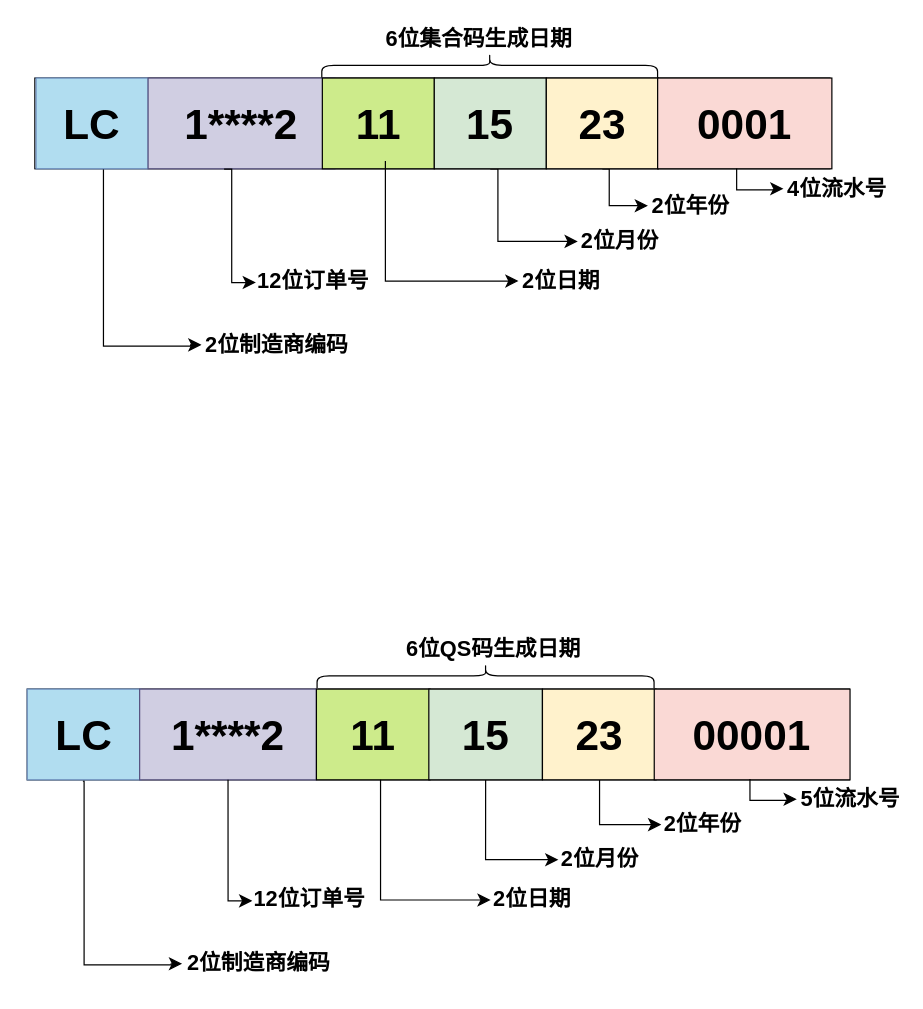
sjxbg/xmindfile keeps this draw.io diagram as 250320-QS码.drawio. Above is the earlier version. Source tidied: cells renumbered, new cells numbered last; positions are measured from the earlier drawing's top-left corner, leaving out a move shared by most shapes. Both pictures are drawn from the tidied source at 121%, with x=0, y=0 at pixel (21, -103).
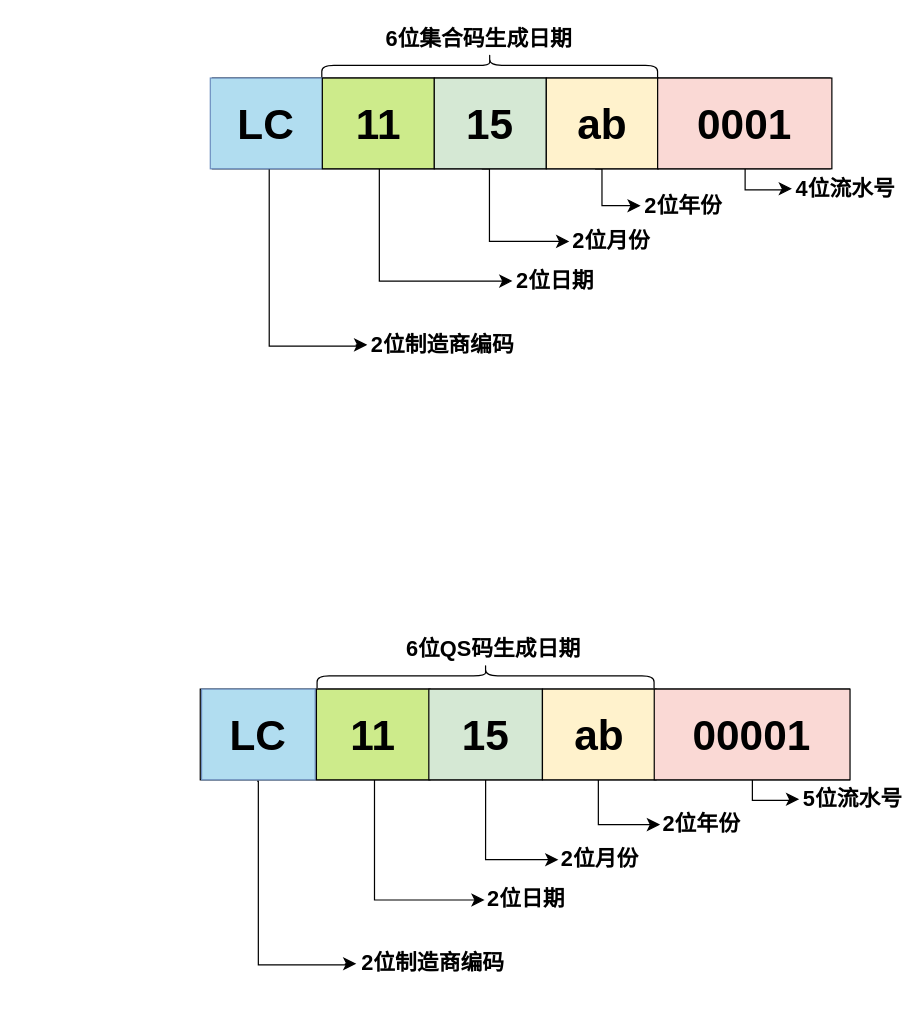
The same diagram, later.

Diff of the diagram source:
```diff
@@
     <mxCell id="2" value="2位制造商编码" style="text;strokeColor=none;fillColor=none;html=1;fontSize=18;fontStyle=1;verticalAlign=middle;align=center;" parent="1" vertex="1">
-      <mxGeometry x="133" y="861" width="126" height="40" as="geometry" />
+      <mxGeometry x="277" y="861" width="126" height="40" as="geometry" />
     </mxCell>
     <mxCell id="3" style="edgeStyle=segmentEdgeStyle;endArrow=classic;html=1;curved=0;rounded=0;endSize=8;startSize=8;exitX=0.116;exitY=1.009;exitDx=0;exitDy=0;exitPerimeter=0;entryX=0;entryY=0.5;entryDx=0;entryDy=0;" parent="1" edge="1" target="2">
       <mxGeometry relative="1" as="geometry">
-        <mxPoint x="51" y="730" as="sourcePoint" />
+        <mxPoint x="195" y="730" as="sourcePoint" />
         <Array as="points">
-          <mxPoint x="52" y="730" />
-          <mxPoint x="52" y="882" />
-          <mxPoint x="124" y="882" />
+          <mxPoint x="196" y="730" />
+          <mxPoint x="196" y="882" />
+          <mxPoint x="268" y="882" />
         </Array>
       </mxGeometry>
     </mxCell>
@@
     <mxCell id="5" value="2位年份" style="text;strokeColor=none;fillColor=none;html=1;fontSize=18;fontStyle=1;verticalAlign=middle;align=center;" parent="1" vertex="1">
-      <mxGeometry x="531" y="751" width="63" height="30" as="geometry" />
+      <mxGeometry x="530" y="751" width="63" height="30" as="geometry" />
     </mxCell>
     <mxCell id="6" style="edgeStyle=segmentEdgeStyle;endArrow=classic;html=1;curved=0;rounded=0;endSize=8;startSize=8;" parent="1" edge="1">
       <mxGeometry relative="1" as="geometry">
-        <mxPoint x="478" y="726" as="sourcePoint" />
-        <mxPoint x="529" y="766" as="targetPoint" />
+        <mxPoint x="477" y="726" as="sourcePoint" />
+        <mxPoint x="528" y="766" as="targetPoint" />
         <Array as="points">
-          <mxPoint x="478" y="766" />
-          <mxPoint x="529" y="766" />
+          <mxPoint x="477" y="766" />
+          <mxPoint x="528" y="766" />
         </Array>
       </mxGeometry>
     </mxCell>
-    <mxCell id="7" style="group;" parent="1" vertex="1">
-      <mxGeometry x="5" y="654" width="680" height="75" as="geometry" />
-    </mxCell>
-    <mxCell id="8" style="rounded=0;whiteSpace=wrap;html=1;" parent="7" vertex="1">
-      <mxGeometry width="679.5" height="75" as="geometry" />
-    </mxCell>
-    <mxCell id="9" value="LC" style="rounded=0;whiteSpace=wrap;html=1;fillColor=#b1ddf0;strokeColor=#6c8ebf;fontStyle=1;fontSize=35;" parent="7" vertex="1">
-      <mxGeometry width="93.9" height="75" as="geometry" />
-    </mxCell>
-    <mxCell id="10" value="1****2" style="rounded=0;whiteSpace=wrap;html=1;fillColor=#d0cee2;strokeColor=#56517e;fontStyle=1;fontSize=35;" parent="7" vertex="1">
-      <mxGeometry x="92.9" width="146.1" height="75" as="geometry" />
-    </mxCell>
-    <mxCell id="11" value="11" style="rounded=0;whiteSpace=wrap;html=1;fillColor=#cdeb8b;fontStyle=1;fontSize=35;" parent="7" vertex="1">
-      <mxGeometry x="239" width="93.9" height="75" as="geometry" />
-    </mxCell>
-    <mxCell id="12" value="15" style="rounded=0;whiteSpace=wrap;html=1;fillColor=#d5e8d4;fontStyle=1;fontSize=35;" parent="7" vertex="1">
-      <mxGeometry x="331.9" width="93.9" height="75" as="geometry" />
-    </mxCell>
-    <mxCell id="13" value="23" style="rounded=0;whiteSpace=wrap;html=1;fillColor=#fff2cc;fontStyle=1;fontSize=35;" parent="7" vertex="1">
-      <mxGeometry x="425.8" width="93.9" height="75" as="geometry" />
-    </mxCell>
-    <mxCell id="14" value="00001" style="rounded=0;whiteSpace=wrap;html=1;fillColor=#fad9d5;fontStyle=1;fontSize=35;" parent="7" vertex="1">
-      <mxGeometry x="518.2" width="161.8" height="75" as="geometry" />
-    </mxCell>
@@
     <mxCell id="16" value="5位流水号" style="text;strokeColor=none;fillColor=none;html=1;fontSize=18;fontStyle=1;verticalAlign=middle;align=center;" parent="1" vertex="1">
-      <mxGeometry x="647.5" y="730" width="74.5" height="30" as="geometry" />
+      <mxGeometry x="649.5" y="730" width="74.5" height="30" as="geometry" />
     </mxCell>
     <mxCell id="17" style="edgeStyle=segmentEdgeStyle;endArrow=classic;html=1;curved=0;rounded=0;endSize=8;startSize=8;exitX=0.476;exitY=1.004;exitDx=0;exitDy=0;exitPerimeter=0;" parent="1" edge="1">
       <mxGeometry relative="1" as="geometry">
-        <mxPoint x="602.3" y="728.3" as="sourcePoint" />
-        <mxPoint x="641" y="745" as="targetPoint" />
+        <mxPoint x="604.3" y="728.3" as="sourcePoint" />
+        <mxPoint x="643" y="745" as="targetPoint" />
         <Array as="points">
-          <mxPoint x="602" y="746" />
-          <mxPoint x="634" y="746" />
+          <mxPoint x="604" y="746" />
+          <mxPoint x="636" y="746" />
         </Array>
       </mxGeometry>
     </mxCell>
-    <mxCell id="18" style="edgeStyle=segmentEdgeStyle;endArrow=classic;html=1;curved=0;rounded=0;endSize=8;startSize=8;entryX=0;entryY=0.5;entryDx=0;entryDy=0;" parent="1" edge="1" source="11" target="19">
+    <mxCell id="18" style="edgeStyle=segmentEdgeStyle;endArrow=classic;html=1;curved=0;rounded=0;endSize=8;startSize=8;entryX=0;entryY=0.5;entryDx=0;entryDy=0;" parent="1" edge="1" target="19">
       <mxGeometry relative="1" as="geometry">
+        <mxPoint x="292" y="729" as="sourcePoint" />
         <Array as="points">
-          <mxPoint x="297" y="828" />
+          <mxPoint x="292" y="828" />
         </Array>
       </mxGeometry>
     </mxCell>
     <mxCell id="19" value="2位日期" style="text;strokeColor=none;fillColor=none;html=1;fontSize=18;fontStyle=1;verticalAlign=middle;align=center;" parent="1" vertex="1">
-      <mxGeometry x="388" y="813.3" width="68" height="30" as="geometry" />
+      <mxGeometry x="383" y="813.3" width="68" height="30" as="geometry" />
     </mxCell>
-    <mxCell id="20" style="edgeStyle=segmentEdgeStyle;endArrow=classic;html=1;curved=0;rounded=0;endSize=8;startSize=8;exitX=0.5;exitY=1;exitDx=0;exitDy=0;" parent="1" edge="1" source="10">
-      <mxGeometry relative="1" as="geometry">
-        <mxPoint x="191" y="829" as="targetPoint" />
-        <Array as="points">
-          <mxPoint x="171" y="829" />
-        </Array>
-      </mxGeometry>
-    </mxCell>
-    <mxCell id="21" value="12位订单号" style="text;strokeColor=none;fillColor=none;html=1;fontSize=18;fontStyle=1;verticalAlign=middle;align=center;" parent="1" vertex="1">
-      <mxGeometry x="203" y="813.3" width="70" height="30" as="geometry" />
-    </mxCell>
@@
     <mxCell id="24" value="2位制造商编码" style="text;strokeColor=none;fillColor=none;html=1;fontSize=18;fontStyle=1;verticalAlign=middle;align=center;" parent="1" vertex="1">
-      <mxGeometry x="149" y="349.5" width="124" height="40" as="geometry" />
+      <mxGeometry x="286" y="349.5" width="124" height="40" as="geometry" />
     </mxCell>
     <mxCell id="25" style="edgeStyle=segmentEdgeStyle;endArrow=classic;html=1;curved=0;rounded=0;endSize=8;startSize=8;exitX=0.116;exitY=1.009;exitDx=0;exitDy=0;exitPerimeter=0;entryX=0;entryY=0.5;entryDx=0;entryDy=0;" parent="1" edge="1" target="24">
       <mxGeometry relative="1" as="geometry">
-        <mxPoint x="67" y="218.5" as="sourcePoint" />
+        <mxPoint x="204" y="218.5" as="sourcePoint" />
         <Array as="points">
-          <mxPoint x="68" y="218.5" />
-          <mxPoint x="68" y="370.5" />
-          <mxPoint x="140" y="370.5" />
+          <mxPoint x="205" y="218.5" />
+          <mxPoint x="205" y="370.5" />
+          <mxPoint x="277" y="370.5" />
         </Array>
       </mxGeometry>
     </mxCell>
-    <mxCell id="26" style="edgeStyle=segmentEdgeStyle;endArrow=classic;html=1;curved=0;rounded=0;endSize=8;startSize=8;exitX=0.5;exitY=1;exitDx=0;exitDy=0;" parent="1" edge="1" source="34" target="37">
+    <mxCell id="26" style="edgeStyle=segmentEdgeStyle;endArrow=classic;html=1;curved=0;rounded=0;endSize=8;startSize=8;exitX=0.5;exitY=1;exitDx=0;exitDy=0;" parent="1" edge="1" target="37">
       <mxGeometry relative="1" as="geometry">
+        <mxPoint x="380.7" y="224" as="sourcePoint" />
         <Array as="points">
-          <mxPoint x="394" y="284" />
+          <mxPoint x="387" y="284" />
         </Array>
       </mxGeometry>
     </mxCell>
     <mxCell id="27" value="2位年份" style="text;strokeColor=none;fillColor=none;html=1;fontSize=18;fontStyle=1;verticalAlign=middle;align=center;" parent="1" vertex="1">
-      <mxGeometry x="520" y="239.5" width="66" height="30" as="geometry" />
+      <mxGeometry x="514" y="239.5" width="66" height="30" as="geometry" />
     </mxCell>
-    <mxCell id="28" style="edgeStyle=segmentEdgeStyle;endArrow=classic;html=1;curved=0;rounded=0;endSize=8;startSize=8;exitX=0.5;exitY=1;exitDx=0;exitDy=0;" parent="1" edge="1" source="35">
+    <mxCell id="28" style="edgeStyle=segmentEdgeStyle;endArrow=classic;html=1;curved=0;rounded=0;endSize=8;startSize=8;exitX=0.5;exitY=1;exitDx=0;exitDy=0;" parent="1" edge="1">
       <mxGeometry relative="1" as="geometry">
-        <mxPoint x="518" y="254.5" as="targetPoint" />
+        <mxPoint x="474.3" y="224" as="sourcePoint" />
+        <mxPoint x="512" y="254.5" as="targetPoint" />
         <Array as="points">
-          <mxPoint x="486" y="255" />
+          <mxPoint x="480" y="255" />
         </Array>
       </mxGeometry>
     </mxCell>
-    <mxCell id="29" style="group;" parent="1" vertex="1">
-      <mxGeometry y="149" width="670" height="75" as="geometry" />
-    </mxCell>
-    <mxCell id="30" style="rounded=0;whiteSpace=wrap;html=1;" parent="29" vertex="1">
-      <mxGeometry x="11.3" width="657.1" height="75" as="geometry" />
-    </mxCell>
-    <mxCell id="31" value="LC" style="rounded=0;whiteSpace=wrap;html=1;fillColor=#b1ddf0;strokeColor=#6c8ebf;fontStyle=1;fontSize=35;" parent="29" vertex="1">
-      <mxGeometry x="12.3" width="92.6" height="75" as="geometry" />
-    </mxCell>
-    <mxCell id="32" value="1****2" style="rounded=0;whiteSpace=wrap;html=1;fillColor=#d0cee2;strokeColor=#56517e;fontStyle=1;fontSize=35;" parent="29" vertex="1">
-      <mxGeometry x="104.9" width="154.3" height="75" as="geometry" />
-    </mxCell>
-    <mxCell id="33" value="11" style="rounded=0;whiteSpace=wrap;html=1;fillColor=#cdeb8b;fontStyle=1;fontSize=35;" parent="29" vertex="1">
-      <mxGeometry x="248.9" width="92.6" height="75" as="geometry" />
-    </mxCell>
-    <mxCell id="34" value="15" style="rounded=0;whiteSpace=wrap;html=1;fillColor=#d5e8d4;fontStyle=1;fontSize=35;" parent="29" vertex="1">
-      <mxGeometry x="341.4" width="92.6" height="75" as="geometry" />
-    </mxCell>
-    <mxCell id="35" value="23" style="rounded=0;whiteSpace=wrap;html=1;fillColor=#fff2cc;fontStyle=1;fontSize=35;" parent="29" vertex="1">
-      <mxGeometry x="434" width="92.6" height="75" as="geometry" />
-    </mxCell>
-    <mxCell id="36" value="0001" style="rounded=0;whiteSpace=wrap;html=1;fillColor=#fad9d5;fontStyle=1;fontSize=35;" parent="29" vertex="1">
-      <mxGeometry x="526" width="144" height="75" as="geometry" />
-    </mxCell>
     <mxCell id="37" value="&amp;nbsp;2位月份" style="text;strokeColor=none;fillColor=none;html=1;fontSize=18;fontStyle=1;verticalAlign=middle;align=center;" parent="1" vertex="1">
-      <mxGeometry x="460" y="268.5" width="64" height="30" as="geometry" />
+      <mxGeometry x="453" y="268.5" width="64" height="30" as="geometry" />
     </mxCell>
     <mxCell id="38" value="4位流水号" style="text;strokeColor=none;fillColor=none;html=1;fontSize=18;fontStyle=1;verticalAlign=middle;align=center;" parent="1" vertex="1">
-      <mxGeometry x="636.5" y="225.5" width="74.5" height="30" as="geometry" />
+      <mxGeometry x="643.5" y="225.5" width="74.5" height="30" as="geometry" />
     </mxCell>
     <mxCell id="39" style="edgeStyle=segmentEdgeStyle;endArrow=classic;html=1;curved=0;rounded=0;endSize=8;startSize=8;exitX=0.476;exitY=1.004;exitDx=0;exitDy=0;exitPerimeter=0;" parent="1" edge="1">
       <mxGeometry relative="1" as="geometry">
-        <mxPoint x="591.3" y="223.8" as="sourcePoint" />
-        <mxPoint x="630" y="240.5" as="targetPoint" />
+        <mxPoint x="598.3" y="223.8" as="sourcePoint" />
+        <mxPoint x="637" y="240.5" as="targetPoint" />
         <Array as="points">
-          <mxPoint x="591" y="241.5" />
-          <mxPoint x="623" y="241.5" />
+          <mxPoint x="598" y="241.5" />
+          <mxPoint x="630" y="241.5" />
         </Array>
       </mxGeometry>
     </mxCell>
     <mxCell id="40" style="edgeStyle=segmentEdgeStyle;endArrow=classic;html=1;curved=0;rounded=0;endSize=8;startSize=8;entryX=0;entryY=0.5;entryDx=0;entryDy=0;" parent="1" edge="1">
       <mxGeometry relative="1" as="geometry">
-        <mxPoint x="301" y="217.5" as="sourcePoint" />
-        <mxPoint x="411" y="316.8" as="targetPoint" />
+        <mxPoint x="296" y="217.5" as="sourcePoint" />
+        <mxPoint x="406" y="316.8" as="targetPoint" />
         <Array as="points">
-          <mxPoint x="301" y="316.5" />
+          <mxPoint x="296" y="316.5" />
         </Array>
       </mxGeometry>
     </mxCell>
     <mxCell id="41" value="2位日期" style="text;strokeColor=none;fillColor=none;html=1;fontSize=18;fontStyle=1;verticalAlign=middle;align=center;" parent="1" vertex="1">
-      <mxGeometry x="417" y="301.8" width="57" height="30" as="geometry" />
+      <mxGeometry x="412" y="301.8" width="57" height="30" as="geometry" />
     </mxCell>
-    <mxCell id="42" style="edgeStyle=segmentEdgeStyle;endArrow=classic;html=1;curved=0;rounded=0;endSize=8;startSize=8;exitX=0.407;exitY=1.003;exitDx=0;exitDy=0;exitPerimeter=0;" parent="1" edge="1" source="32">
-      <mxGeometry relative="1" as="geometry">
-        <mxPoint x="194" y="318" as="targetPoint" />
-        <Array as="points">
-          <mxPoint x="174" y="318" />
-        </Array>
-      </mxGeometry>
-    </mxCell>
-    <mxCell id="43" value="12位订单号" style="text;strokeColor=none;fillColor=none;html=1;fontSize=18;fontStyle=1;verticalAlign=middle;align=center;" parent="1" vertex="1">
-      <mxGeometry x="203" y="301.8" width="76" height="30" as="geometry" />
-    </mxCell>
@@
+    <mxCell id="30" style="rounded=0;whiteSpace=wrap;html=1;" parent="1" vertex="1">
+      <mxGeometry x="158" y="149" width="510.5" height="75" as="geometry" />
+    </mxCell>
+    <mxCell id="31" value="LC" style="rounded=0;whiteSpace=wrap;html=1;fillColor=#b1ddf0;strokeColor=#6c8ebf;fontStyle=1;fontSize=35;" parent="1" vertex="1">
+      <mxGeometry x="156.3" y="149" width="92.6" height="75" as="geometry" />
+    </mxCell>
+    <mxCell id="33" value="11" style="rounded=0;whiteSpace=wrap;html=1;fillColor=#cdeb8b;fontStyle=1;fontSize=35;" parent="1" vertex="1">
+      <mxGeometry x="248.9" y="149" width="92.6" height="75" as="geometry" />
+    </mxCell>
+    <mxCell id="34" value="15" style="rounded=0;whiteSpace=wrap;html=1;fillColor=#d5e8d4;fontStyle=1;fontSize=35;" parent="1" vertex="1">
+      <mxGeometry x="341.4" y="149" width="92.6" height="75" as="geometry" />
+    </mxCell>
+    <mxCell id="35" value="ab" style="rounded=0;whiteSpace=wrap;html=1;fillColor=#fff2cc;fontStyle=1;fontSize=35;" parent="1" vertex="1">
+      <mxGeometry x="434" y="149" width="92.6" height="75" as="geometry" />
+    </mxCell>
+    <mxCell id="36" value="0001" style="rounded=0;whiteSpace=wrap;html=1;fillColor=#fad9d5;fontStyle=1;fontSize=35;" parent="1" vertex="1">
+      <mxGeometry x="526" y="149" width="144" height="75" as="geometry" />
+    </mxCell>
+    <mxCell id="8" style="rounded=0;whiteSpace=wrap;html=1;" parent="1" vertex="1">
+      <mxGeometry x="148" y="654" width="536.5" height="75" as="geometry" />
+    </mxCell>
+    <mxCell id="9" value="LC" style="rounded=0;whiteSpace=wrap;html=1;fillColor=#b1ddf0;strokeColor=#6c8ebf;fontStyle=1;fontSize=35;" parent="1" vertex="1">
+      <mxGeometry x="149.1" y="654" width="93.9" height="75" as="geometry" />
+    </mxCell>
+    <mxCell id="11" value="11" style="rounded=0;whiteSpace=wrap;html=1;fillColor=#cdeb8b;fontStyle=1;fontSize=35;" parent="1" vertex="1">
+      <mxGeometry x="244" y="654" width="93.9" height="75" as="geometry" />
+    </mxCell>
+    <mxCell id="12" value="15" style="rounded=0;whiteSpace=wrap;html=1;fillColor=#d5e8d4;fontStyle=1;fontSize=35;" parent="1" vertex="1">
+      <mxGeometry x="336.9" y="654" width="93.9" height="75" as="geometry" />
+    </mxCell>
+    <mxCell id="13" value="ab" style="rounded=0;whiteSpace=wrap;html=1;fillColor=#fff2cc;fontStyle=1;fontSize=35;" parent="1" vertex="1">
+      <mxGeometry x="430.8" y="654" width="93.9" height="75" as="geometry" />
+    </mxCell>
+    <mxCell id="14" value="00001" style="rounded=0;whiteSpace=wrap;html=1;fillColor=#fad9d5;fontStyle=1;fontSize=35;" parent="1" vertex="1">
+      <mxGeometry x="523.2" y="654" width="161.8" height="75" as="geometry" />
+    </mxCell>
```
